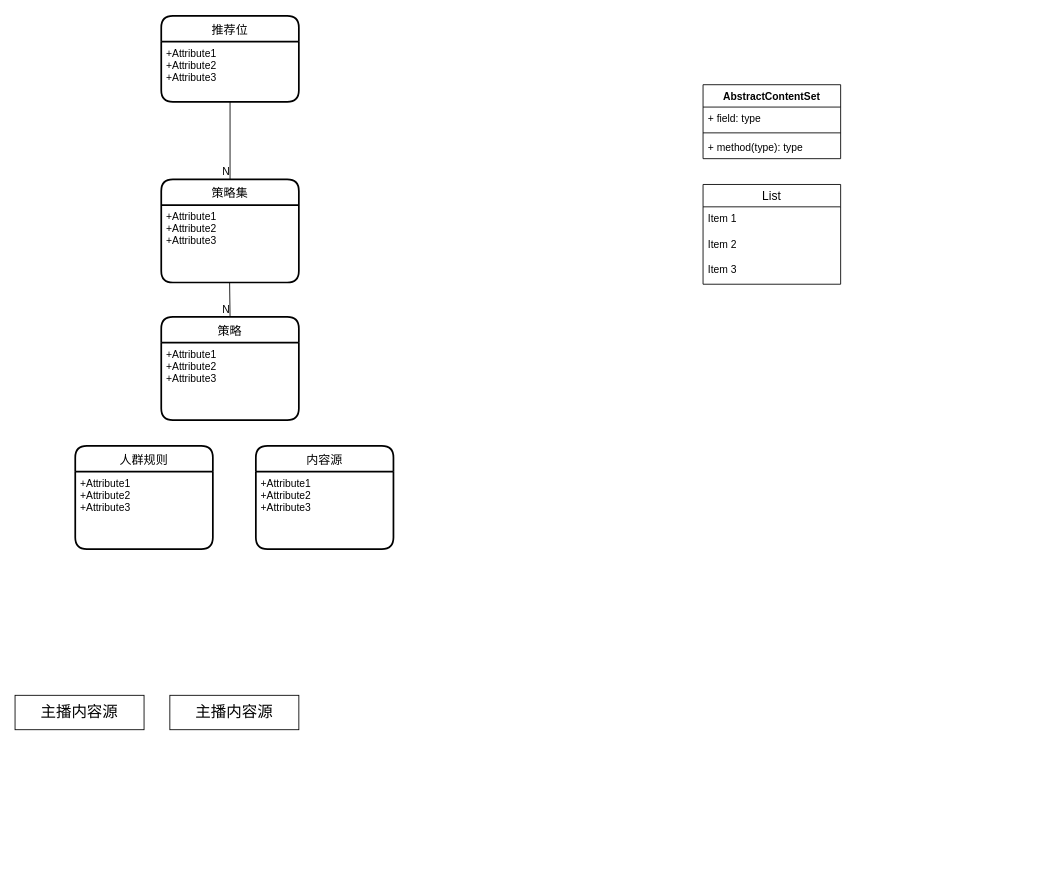
hongweilv-whu/flowCharts keeps this draw.io diagram as 后羿设计模式分享.drawio. Above is the earlier version. Source tidied: cells renumbered, new cells numbered last; positions are measured from the earlier drawing's top-left corner, leaving out a move shared by most shapes. Both pictures are drawn from the tidied source at 86%, with x=0, y=0 at pixel (15, 15).
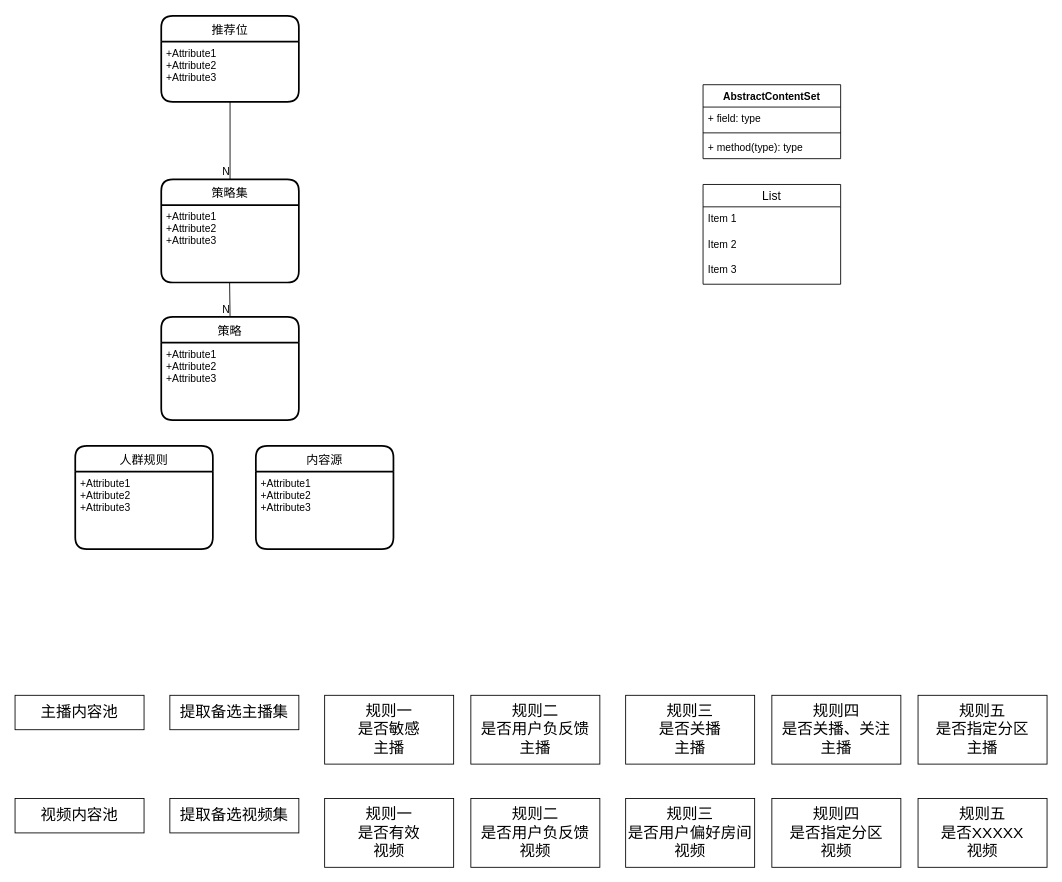
The same page after the edit.

Commit message (it also covers changes not shown here):
Update 后羿设计模式分享.drawio

What changed in the source:
```diff
@@
-    <mxCell id="24" value="&lt;font style=&quot;font-size: 18px&quot;&gt;主播内容源&lt;/font&gt;" style="rounded=0;whiteSpace=wrap;html=1;" parent="1" vertex="1">
+    <mxCell id="24" value="&lt;font style=&quot;font-size: 18px&quot;&gt;主播内容池&lt;/font&gt;" style="rounded=0;whiteSpace=wrap;html=1;" parent="1" vertex="1">
       <mxGeometry y="790" width="150" height="40" as="geometry" />
     </mxCell>
-    <mxCell id="25" value="&lt;font style=&quot;font-size: 18px&quot;&gt;主播内容源&lt;/font&gt;" style="rounded=0;whiteSpace=wrap;html=1;" parent="1" vertex="1">
+    <mxCell id="25" value="&lt;font style=&quot;font-size: 18px&quot;&gt;提取备选主播集&lt;/font&gt;" style="rounded=0;whiteSpace=wrap;html=1;" parent="1" vertex="1">
       <mxGeometry x="180" y="790" width="150" height="40" as="geometry" />
     </mxCell>
+    <mxCell id="26" value="&lt;font style=&quot;font-size: 18px&quot;&gt;规则一&lt;br&gt;是否敏感&lt;br&gt;主播&lt;/font&gt;" style="rounded=0;whiteSpace=wrap;html=1;" parent="1" vertex="1">
+      <mxGeometry x="360" y="790" width="150" height="80" as="geometry" />
+    </mxCell>
+    <mxCell id="27" value="&lt;font style=&quot;font-size: 18px&quot;&gt;规则二&lt;br&gt;是否用户负反馈&lt;br&gt;主播&lt;/font&gt;" style="rounded=0;whiteSpace=wrap;html=1;" parent="1" vertex="1">
+      <mxGeometry x="530" y="790" width="150" height="80" as="geometry" />
+    </mxCell>
+    <mxCell id="28" value="&lt;font style=&quot;font-size: 18px&quot;&gt;规则三&lt;br&gt;是否关播&lt;br&gt;主播&lt;/font&gt;" style="rounded=0;whiteSpace=wrap;html=1;" parent="1" vertex="1">
+      <mxGeometry x="710" y="790" width="150" height="80" as="geometry" />
+    </mxCell>
+    <mxCell id="29" value="&lt;font style=&quot;font-size: 18px&quot;&gt;规则四&lt;br&gt;是否关播、关注&lt;br&gt;主播&lt;/font&gt;" style="rounded=0;whiteSpace=wrap;html=1;" parent="1" vertex="1">
+      <mxGeometry x="880" y="790" width="150" height="80" as="geometry" />
+    </mxCell>
+    <mxCell id="30" value="&lt;font style=&quot;font-size: 18px&quot;&gt;规则五&lt;br&gt;是否指定分区&lt;br&gt;主播&lt;/font&gt;" style="rounded=0;whiteSpace=wrap;html=1;" parent="1" vertex="1">
+      <mxGeometry x="1050" y="790" width="150" height="80" as="geometry" />
+    </mxCell>
+    <mxCell id="31" value="&lt;font style=&quot;font-size: 18px&quot;&gt;视频内容池&lt;/font&gt;" style="rounded=0;whiteSpace=wrap;html=1;" parent="1" vertex="1">
+      <mxGeometry y="910" width="150" height="40" as="geometry" />
+    </mxCell>
+    <mxCell id="32" value="&lt;font style=&quot;font-size: 18px&quot;&gt;提取备选视频集&lt;/font&gt;" style="rounded=0;whiteSpace=wrap;html=1;" parent="1" vertex="1">
+      <mxGeometry x="180" y="910" width="150" height="40" as="geometry" />
+    </mxCell>
+    <mxCell id="33" value="&lt;font style=&quot;font-size: 18px&quot;&gt;规则一&lt;br&gt;是否有效&lt;br&gt;视频&lt;br&gt;&lt;/font&gt;" style="rounded=0;whiteSpace=wrap;html=1;" parent="1" vertex="1">
+      <mxGeometry x="360" y="910" width="150" height="80" as="geometry" />
+    </mxCell>
+    <mxCell id="34" value="&lt;font style=&quot;font-size: 18px&quot;&gt;规则二&lt;br&gt;是否用户负反馈&lt;br&gt;视频&lt;br&gt;&lt;/font&gt;" style="rounded=0;whiteSpace=wrap;html=1;" parent="1" vertex="1">
+      <mxGeometry x="530" y="910" width="150" height="80" as="geometry" />
+    </mxCell>
+    <mxCell id="35" value="&lt;font style=&quot;font-size: 18px&quot;&gt;规则三&lt;br&gt;是否用户偏好房间&lt;br&gt;视频&lt;br&gt;&lt;/font&gt;" style="rounded=0;whiteSpace=wrap;html=1;" parent="1" vertex="1">
+      <mxGeometry x="710" y="910" width="150" height="80" as="geometry" />
+    </mxCell>
+    <mxCell id="36" value="&lt;font style=&quot;font-size: 18px&quot;&gt;规则四&lt;br&gt;是否指定分区&lt;br&gt;视频&lt;br&gt;&lt;/font&gt;" style="rounded=0;whiteSpace=wrap;html=1;" parent="1" vertex="1">
+      <mxGeometry x="880" y="910" width="150" height="80" as="geometry" />
+    </mxCell>
+    <mxCell id="37" value="&lt;font style=&quot;font-size: 18px&quot;&gt;规则五&lt;br&gt;是否XXXXX&lt;br&gt;视频&lt;br&gt;&lt;/font&gt;" style="rounded=0;whiteSpace=wrap;html=1;" parent="1" vertex="1">
+      <mxGeometry x="1050" y="910" width="150" height="80" as="geometry" />
+    </mxCell>
```
